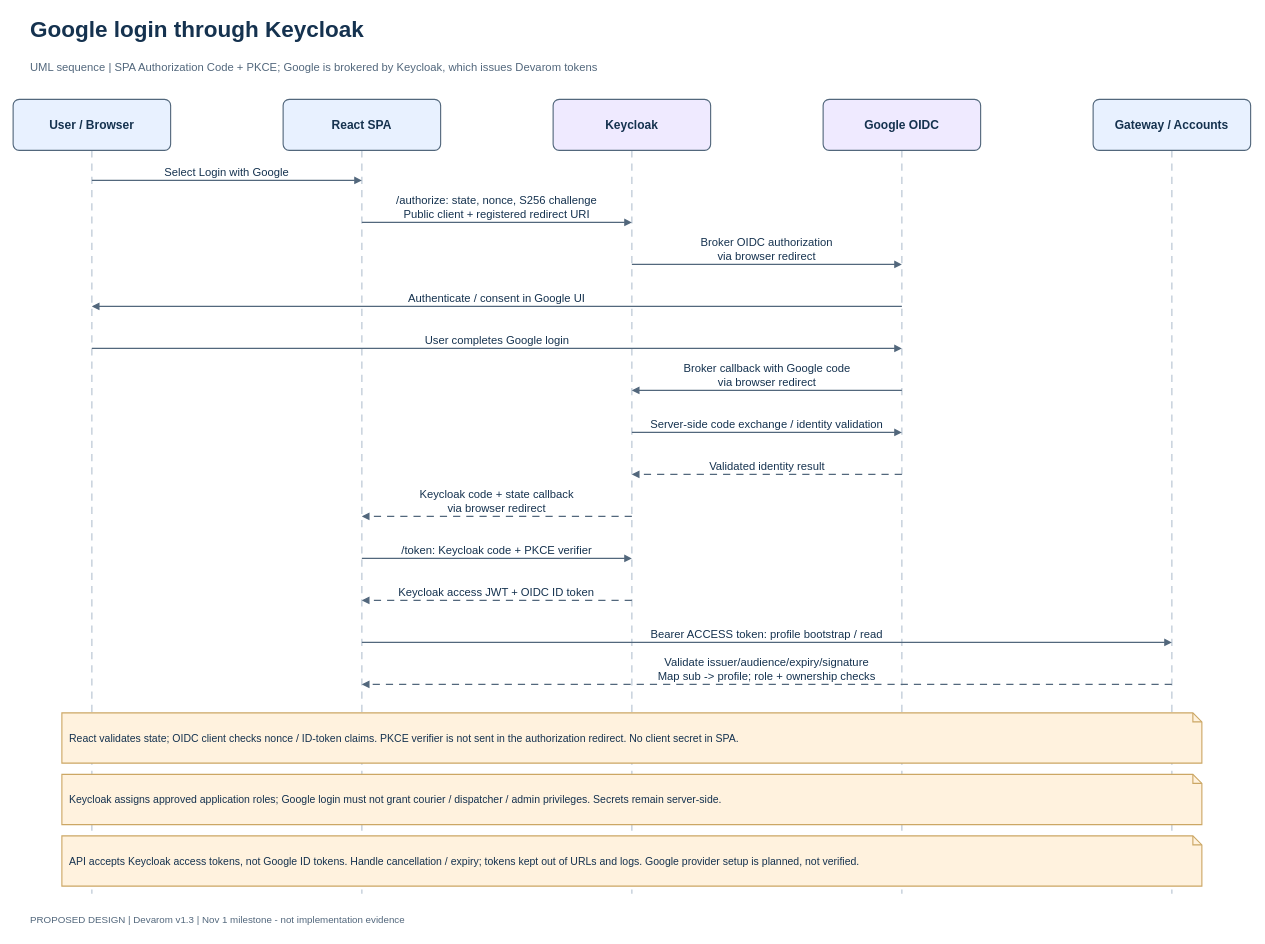
Above: docs/diagrams/editable/13_google_oidc_sequence.drawio in Suthankan1/swiftdrop (draw.io), before the change. Source tidied: cells renumbered, new cells numbered last; positions are measured from the earlier drawing's top-left corner, leaving out a move shared by most shapes. Both pictures are drawn from the tidied source at 75%, with x=0, y=0 at pixel (13, 13).
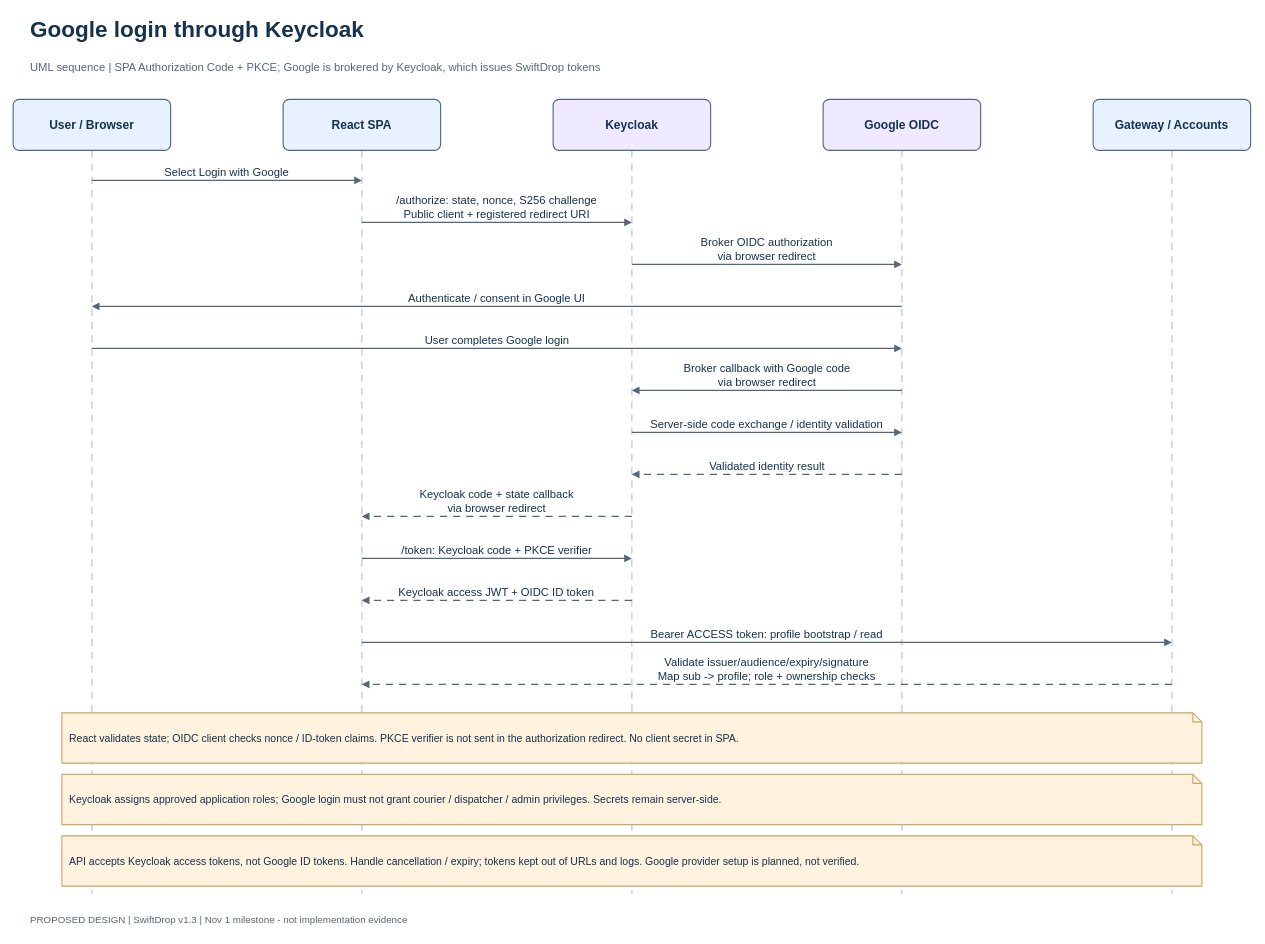
Above is the later version.

What changed in the source:
```diff
@@
-    <mxCell id="21" value="UML sequence | SPA Authorization Code + PKCE; Google is brokered by Keycloak, which issues Devarom tokens" style="text;html=0;whiteSpace=wrap;align=left;verticalAlign=middle;fontFamily=Helvetica;fontSize=15;fontColor=#52677C;fontStyle=0;fillColor=#FFFFFF;strokeColor=#52677C;strokeWidth=1.5;spacing=10;fillColor=none;strokeColor=none;spacing=0;" parent="1" vertex="1">
+    <mxCell id="21" value="UML sequence | SPA Authorization Code + PKCE; Google is brokered by Keycloak, which issues SwiftDrop tokens" style="text;html=0;whiteSpace=wrap;align=left;verticalAlign=middle;fontFamily=Helvetica;fontSize=15;fontColor=#52677C;fontStyle=0;fillColor=#FFFFFF;strokeColor=#52677C;strokeWidth=1.5;spacing=10;fillColor=none;strokeColor=none;spacing=0;" parent="1" vertex="1">
       <mxGeometry x="23" y="48" width="1604" height="45" as="geometry" />
     </mxCell>
-    <mxCell id="22" value="PROPOSED DESIGN | Devarom v1.3 | Nov 1 milestone - not implementation evidence" style="text;html=0;whiteSpace=wrap;align=left;verticalAlign=middle;fontFamily=Helvetica;fontSize=13;fontColor=#52677C;fontStyle=0;fillColor=#FFFFFF;strokeColor=#52677C;strokeWidth=1.5;spacing=10;fillColor=none;strokeColor=none;spacing=0;" parent="1" vertex="1">
+    <mxCell id="22" value="PROPOSED DESIGN | SwiftDrop v1.3 | Nov 1 milestone - not implementation evidence" style="text;html=0;whiteSpace=wrap;align=left;verticalAlign=middle;fontFamily=Helvetica;fontSize=13;fontColor=#52677C;fontStyle=0;fillColor=#FFFFFF;strokeColor=#52677C;strokeWidth=1.5;spacing=10;fillColor=none;strokeColor=none;spacing=0;" parent="1" vertex="1">
       <mxGeometry x="23" y="1194" width="1604" height="30" as="geometry" />
     </mxCell>
```
